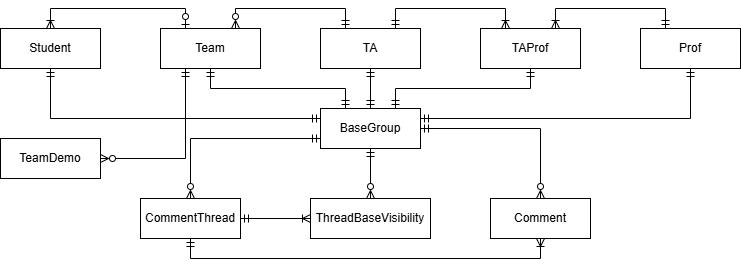
Earlier version of the draw.io export media/ERMin.png (vsjain2004/vsjain2004.github.io). Source tidied: cells renumbered, new cells last; positions are measured from the earlier drawing's top-left corner, leaving out a move shared by most shapes. The source it was exported from:
```xml
<mxGraphModel>
  <root>
    <mxCell id="0" />
    <mxCell id="1" parent="0" />
    <mxCell id="2" style="edgeStyle=orthogonalEdgeStyle;rounded=0;jettySize=auto;html=1;exitX=0.5;exitY=0;exitDx=0;exitDy=0;entryX=0.25;entryY=0;entryDx=0;entryDy=0;startArrow=ERoneToMany;startFill=0;endArrow=ERzeroToOne;endFill=0;" parent="1" edge="1" source="4" target="7">
      <mxGeometry relative="1" as="geometry" />
    </mxCell>
    <mxCell id="3" style="edgeStyle=orthogonalEdgeStyle;rounded=0;jettySize=auto;html=1;exitX=0.5;exitY=1;exitDx=0;exitDy=0;entryX=0;entryY=0.25;entryDx=0;entryDy=0;endArrow=ERmandOne;endFill=0;startArrow=ERmandOne;startFill=0;" parent="1" edge="1" source="4" target="16">
      <mxGeometry relative="1" as="geometry">
        <Array as="points">
          <mxPoint x="50" y="90" />
        </Array>
      </mxGeometry>
    </mxCell>
    <mxCell id="4" value="Student" style="whiteSpace=wrap;html=1;align=center;" parent="1" vertex="1">
      <mxGeometry width="100" height="40" as="geometry" />
    </mxCell>
    <mxCell id="5" style="edgeStyle=orthogonalEdgeStyle;rounded=0;jettySize=auto;html=1;exitX=0.75;exitY=0;exitDx=0;exitDy=0;entryX=0.25;entryY=0;entryDx=0;entryDy=0;startArrow=ERzeroToMany;startFill=0;endArrow=ERmandOne;endFill=0;" parent="1" edge="1" source="7" target="10">
      <mxGeometry relative="1" as="geometry" />
    </mxCell>
    <mxCell id="6" style="edgeStyle=orthogonalEdgeStyle;rounded=0;jettySize=auto;html=1;exitX=0.5;exitY=1;exitDx=0;exitDy=0;entryX=0.25;entryY=0;entryDx=0;entryDy=0;startArrow=ERmandOne;startFill=0;endArrow=ERmandOne;endFill=0;" parent="1" edge="1" source="7" target="16">
      <mxGeometry relative="1" as="geometry">
        <Array as="points">
          <mxPoint x="210" y="60" />
          <mxPoint x="345" y="60" />
        </Array>
      </mxGeometry>
    </mxCell>
    <mxCell id="7" value="Team" style="whiteSpace=wrap;html=1;align=center;" parent="1" vertex="1">
      <mxGeometry x="160" width="100" height="40" as="geometry" />
    </mxCell>
    <mxCell id="8" style="edgeStyle=orthogonalEdgeStyle;rounded=0;jettySize=auto;html=1;exitX=0.75;exitY=0;exitDx=0;exitDy=0;entryX=0.25;entryY=0;entryDx=0;entryDy=0;endArrow=ERoneToMany;endFill=0;startArrow=ERmandOne;startFill=0;" parent="1" edge="1" source="10" target="13">
      <mxGeometry relative="1" as="geometry" />
    </mxCell>
    <mxCell id="9" style="edgeStyle=orthogonalEdgeStyle;rounded=0;jettySize=auto;html=1;exitX=0.5;exitY=1;exitDx=0;exitDy=0;entryX=0.5;entryY=0;entryDx=0;entryDy=0;endArrow=ERmandOne;endFill=0;startArrow=ERmandOne;startFill=0;" parent="1" edge="1" source="10" target="16">
      <mxGeometry relative="1" as="geometry" />
    </mxCell>
    <mxCell id="10" value="TA" style="whiteSpace=wrap;html=1;align=center;" parent="1" vertex="1">
      <mxGeometry x="320" width="100" height="40" as="geometry" />
    </mxCell>
    <mxCell id="11" style="edgeStyle=orthogonalEdgeStyle;rounded=0;jettySize=auto;html=1;exitX=0.75;exitY=0;exitDx=0;exitDy=0;entryX=0.25;entryY=0;entryDx=0;entryDy=0;startArrow=ERoneToMany;startFill=0;endArrow=ERmandOne;endFill=0;" parent="1" edge="1" source="13" target="15">
      <mxGeometry relative="1" as="geometry" />
    </mxCell>
    <mxCell id="12" style="edgeStyle=orthogonalEdgeStyle;rounded=0;jettySize=auto;html=1;exitX=0.5;exitY=1;exitDx=0;exitDy=0;entryX=0.75;entryY=0;entryDx=0;entryDy=0;endArrow=ERmandOne;endFill=0;startArrow=ERmandOne;startFill=0;" parent="1" edge="1" source="13" target="16">
      <mxGeometry relative="1" as="geometry" />
    </mxCell>
    <mxCell id="13" value="TAProf" style="whiteSpace=wrap;html=1;align=center;" parent="1" vertex="1">
      <mxGeometry x="480" width="100" height="40" as="geometry" />
    </mxCell>
    <mxCell id="14" style="edgeStyle=orthogonalEdgeStyle;rounded=0;jettySize=auto;html=1;exitX=0.5;exitY=1;exitDx=0;exitDy=0;entryX=1;entryY=0.25;entryDx=0;entryDy=0;startArrow=ERmandOne;startFill=0;endArrow=ERmandOne;endFill=0;" parent="1" edge="1" source="15" target="16">
      <mxGeometry relative="1" as="geometry">
        <Array as="points">
          <mxPoint x="690" y="90" />
        </Array>
      </mxGeometry>
    </mxCell>
    <mxCell id="15" value="Prof" style="whiteSpace=wrap;html=1;align=center;" parent="1" vertex="1">
      <mxGeometry x="640" width="100" height="40" as="geometry" />
    </mxCell>
    <mxCell id="16" value="BaseGroup" style="whiteSpace=wrap;html=1;align=center;" parent="1" vertex="1">
      <mxGeometry x="320" y="80" width="100" height="40" as="geometry" />
    </mxCell>
    <mxCell id="17" style="edgeStyle=orthogonalEdgeStyle;rounded=0;jettySize=auto;html=1;exitX=1;exitY=0.5;exitDx=0;exitDy=0;entryX=0.25;entryY=1;entryDx=0;entryDy=0;startArrow=ERzeroToMany;startFill=0;endArrow=ERmandOne;endFill=0;" parent="1" edge="1" source="18" target="7">
      <mxGeometry relative="1" as="geometry" />
    </mxCell>
    <mxCell id="18" value="TeamDemo" style="whiteSpace=wrap;html=1;align=center;" parent="1" vertex="1">
      <mxGeometry y="110" width="100" height="40" as="geometry" />
    </mxCell>
    <mxCell id="19" style="edgeStyle=orthogonalEdgeStyle;rounded=0;jettySize=auto;html=1;exitX=0.5;exitY=0;exitDx=0;exitDy=0;entryX=0;entryY=0.75;entryDx=0;entryDy=0;startArrow=ERzeroToMany;startFill=0;endArrow=ERmandOne;endFill=0;" parent="1" edge="1" source="21" target="16">
      <mxGeometry relative="1" as="geometry" />
    </mxCell>
    <mxCell id="20" style="edgeStyle=orthogonalEdgeStyle;rounded=0;jettySize=auto;html=1;exitX=1;exitY=0.5;exitDx=0;exitDy=0;entryX=0;entryY=0.5;entryDx=0;entryDy=0;startArrow=ERmandOne;startFill=0;endArrow=ERoneToMany;endFill=0;" parent="1" edge="1" source="21" target="23">
      <mxGeometry relative="1" as="geometry" />
    </mxCell>
    <mxCell id="21" value="CommentThread" style="whiteSpace=wrap;html=1;align=center;" parent="1" vertex="1">
      <mxGeometry x="140" y="170" width="100" height="40" as="geometry" />
    </mxCell>
    <mxCell id="22" style="edgeStyle=orthogonalEdgeStyle;rounded=0;jettySize=auto;html=1;exitX=0.5;exitY=0;exitDx=0;exitDy=0;entryX=0.5;entryY=1;entryDx=0;entryDy=0;startArrow=ERzeroToMany;startFill=0;endArrow=ERmandOne;endFill=0;" parent="1" edge="1" source="23" target="16">
      <mxGeometry relative="1" as="geometry" />
    </mxCell>
    <mxCell id="23" value="ThreadBaseVisibility" style="whiteSpace=wrap;html=1;align=center;" parent="1" vertex="1">
      <mxGeometry x="310" y="170" width="120" height="40" as="geometry" />
    </mxCell>
    <mxCell id="24" style="edgeStyle=orthogonalEdgeStyle;rounded=0;jettySize=auto;html=1;exitX=0.5;exitY=0;exitDx=0;exitDy=0;entryX=1;entryY=0.5;entryDx=0;entryDy=0;endArrow=ERmandOne;endFill=0;startArrow=ERzeroToMany;startFill=0;" parent="1" edge="1" source="26" target="16">
      <mxGeometry relative="1" as="geometry" />
    </mxCell>
    <mxCell id="25" style="edgeStyle=orthogonalEdgeStyle;rounded=0;jettySize=auto;html=1;exitX=0.5;exitY=1;exitDx=0;exitDy=0;entryX=0.5;entryY=1;entryDx=0;entryDy=0;endArrow=ERmandOne;endFill=0;startArrow=ERoneToMany;startFill=0;" parent="1" edge="1" source="26" target="21">
      <mxGeometry relative="1" as="geometry" />
    </mxCell>
    <mxCell id="26" value="Comment" style="whiteSpace=wrap;html=1;align=center;" parent="1" vertex="1">
      <mxGeometry x="490" y="170" width="100" height="40" as="geometry" />
    </mxCell>
  </root>
</mxGraphModel>
```
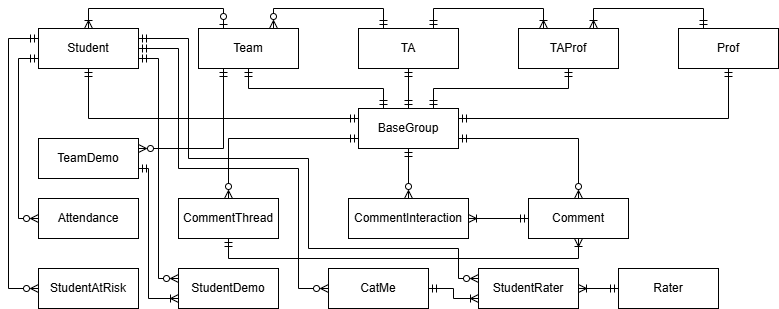
The same diagram one commit later.

The edit, as a diff of the source:
```diff
@@ -12,6 +12,31 @@
         </Array>
       </mxGeometry>
     </mxCell>
+    <mxCell id="27" style="edgeStyle=orthogonalEdgeStyle;rounded=0;jettySize=auto;html=1;exitX=1;exitY=0.75;exitDx=0;exitDy=0;entryX=0;entryY=0.25;entryDx=0;entryDy=0;endArrow=ERzeroToMany;endFill=0;startArrow=ERmandOne;startFill=0;" parent="1" edge="1" source="4" target="36">
+      <mxGeometry relative="1" as="geometry" />
+    </mxCell>
+    <mxCell id="28" style="edgeStyle=orthogonalEdgeStyle;rounded=0;jettySize=auto;html=1;exitX=1;exitY=0.5;exitDx=0;exitDy=0;elbow=vertical;entryX=0;entryY=0.5;entryDx=0;entryDy=0;startArrow=ERmandOne;startFill=0;endArrow=ERzeroToMany;endFill=0;" parent="1" edge="1" source="4" target="38">
+      <mxGeometry relative="1" as="geometry">
+        <Array as="points">
+          <mxPoint x="140" y="20" />
+          <mxPoint x="140" y="140" />
+          <mxPoint x="260" y="140" />
+          <mxPoint x="260" y="260" />
+        </Array>
+      </mxGeometry>
+    </mxCell>
+    <mxCell id="29" style="edgeStyle=orthogonalEdgeStyle;rounded=0;jettySize=auto;html=1;exitX=1;exitY=0.25;exitDx=0;exitDy=0;entryX=0;entryY=0.25;entryDx=0;entryDy=0;startArrow=ERmandOne;startFill=0;endArrow=ERzeroToMany;endFill=0;" parent="1" edge="1" source="4" target="39">
+      <mxGeometry relative="1" as="geometry">
+        <Array as="points">
+          <mxPoint x="150" y="10" />
+          <mxPoint x="150" y="130" />
+          <mxPoint x="270" y="130" />
+          <mxPoint x="270" y="220" />
+          <mxPoint x="420" y="220" />
+          <mxPoint x="420" y="250" />
+        </Array>
+      </mxGeometry>
+    </mxCell>
     <mxCell id="4" value="Student" style="whiteSpace=wrap;html=1;align=center;" parent="1" vertex="1">
       <mxGeometry width="100" height="40" as="geometry" />
     </mxCell>
@@ -60,28 +85,36 @@
     <mxCell id="16" value="BaseGroup" style="whiteSpace=wrap;html=1;align=center;" parent="1" vertex="1">
       <mxGeometry x="320" y="80" width="100" height="40" as="geometry" />
     </mxCell>
-    <mxCell id="17" style="edgeStyle=orthogonalEdgeStyle;rounded=0;jettySize=auto;html=1;exitX=1;exitY=0.5;exitDx=0;exitDy=0;entryX=0.25;entryY=1;entryDx=0;entryDy=0;startArrow=ERzeroToMany;startFill=0;endArrow=ERmandOne;endFill=0;" parent="1" edge="1" source="18" target="7">
+    <mxCell id="17" style="edgeStyle=orthogonalEdgeStyle;rounded=0;jettySize=auto;html=1;exitX=1;exitY=0.25;exitDx=0;exitDy=0;entryX=0.25;entryY=1;entryDx=0;entryDy=0;startArrow=ERzeroToMany;startFill=0;endArrow=ERmandOne;endFill=0;" parent="1" edge="1" source="18" target="7">
       <mxGeometry relative="1" as="geometry" />
     </mxCell>
+    <mxCell id="30" style="edgeStyle=orthogonalEdgeStyle;rounded=0;jettySize=auto;html=1;exitX=1;exitY=0.75;exitDx=0;exitDy=0;entryX=0;entryY=0.75;entryDx=0;entryDy=0;startArrow=ERmandOne;startFill=0;endArrow=ERoneToMany;endFill=0;" parent="1" edge="1" source="18" target="36">
+      <mxGeometry relative="1" as="geometry">
+        <Array as="points">
+          <mxPoint x="110" y="140" />
+          <mxPoint x="110" y="270" />
+        </Array>
+      </mxGeometry>
+    </mxCell>
     <mxCell id="18" value="TeamDemo" style="whiteSpace=wrap;html=1;align=center;" parent="1" vertex="1">
       <mxGeometry y="110" width="100" height="40" as="geometry" />
     </mxCell>
     <mxCell id="19" style="edgeStyle=orthogonalEdgeStyle;rounded=0;jettySize=auto;html=1;exitX=0.5;exitY=0;exitDx=0;exitDy=0;entryX=0;entryY=0.75;entryDx=0;entryDy=0;startArrow=ERzeroToMany;startFill=0;endArrow=ERmandOne;endFill=0;" parent="1" edge="1" source="21" target="16">
       <mxGeometry relative="1" as="geometry" />
     </mxCell>
-    <mxCell id="20" style="edgeStyle=orthogonalEdgeStyle;rounded=0;jettySize=auto;html=1;exitX=1;exitY=0.5;exitDx=0;exitDy=0;entryX=0;entryY=0.5;entryDx=0;entryDy=0;startArrow=ERmandOne;startFill=0;endArrow=ERoneToMany;endFill=0;" parent="1" edge="1" source="21" target="23">
-      <mxGeometry relative="1" as="geometry" />
-    </mxCell>
     <mxCell id="21" value="CommentThread" style="whiteSpace=wrap;html=1;align=center;" parent="1" vertex="1">
       <mxGeometry x="140" y="170" width="100" height="40" as="geometry" />
     </mxCell>
     <mxCell id="22" style="edgeStyle=orthogonalEdgeStyle;rounded=0;jettySize=auto;html=1;exitX=0.5;exitY=0;exitDx=0;exitDy=0;entryX=0.5;entryY=1;entryDx=0;entryDy=0;startArrow=ERzeroToMany;startFill=0;endArrow=ERmandOne;endFill=0;" parent="1" edge="1" source="23" target="16">
       <mxGeometry relative="1" as="geometry" />
     </mxCell>
+    <mxCell id="31" style="edgeStyle=orthogonalEdgeStyle;rounded=0;jettySize=auto;html=1;exitX=1;exitY=0.5;exitDx=0;exitDy=0;entryX=0;entryY=0.5;entryDx=0;entryDy=0;startArrow=ERoneToMany;startFill=0;endArrow=ERmandOne;endFill=0;" parent="1" edge="1" source="23" target="26">
+      <mxGeometry relative="1" as="geometry" />
+    </mxCell>
-    <mxCell id="23" value="ThreadBaseVisibility" style="whiteSpace=wrap;html=1;align=center;" parent="1" vertex="1">
+    <mxCell id="23" value="CommentInteraction" style="whiteSpace=wrap;html=1;align=center;" parent="1" vertex="1">
       <mxGeometry x="310" y="170" width="120" height="40" as="geometry" />
     </mxCell>
-    <mxCell id="24" style="edgeStyle=orthogonalEdgeStyle;rounded=0;jettySize=auto;html=1;exitX=0.5;exitY=0;exitDx=0;exitDy=0;entryX=1;entryY=0.5;entryDx=0;entryDy=0;endArrow=ERmandOne;endFill=0;startArrow=ERzeroToMany;startFill=0;" parent="1" edge="1" source="26" target="16">
+    <mxCell id="24" style="edgeStyle=orthogonalEdgeStyle;rounded=0;jettySize=auto;html=1;exitX=0.5;exitY=0;exitDx=0;exitDy=0;entryX=1;entryY=0.75;entryDx=0;entryDy=0;endArrow=ERmandOne;endFill=0;startArrow=ERzeroToMany;startFill=0;" parent="1" edge="1" source="26" target="16">
       <mxGeometry relative="1" as="geometry" />
     </mxCell>
     <mxCell id="25" style="edgeStyle=orthogonalEdgeStyle;rounded=0;jettySize=auto;html=1;exitX=0.5;exitY=1;exitDx=0;exitDy=0;entryX=0.5;entryY=1;entryDx=0;entryDy=0;endArrow=ERmandOne;endFill=0;startArrow=ERoneToMany;startFill=0;" parent="1" edge="1" source="26" target="21">
@@ -90,5 +123,42 @@
     <mxCell id="26" value="Comment" style="whiteSpace=wrap;html=1;align=center;" parent="1" vertex="1">
       <mxGeometry x="490" y="170" width="100" height="40" as="geometry" />
     </mxCell>
+    <mxCell id="32" style="edgeStyle=orthogonalEdgeStyle;rounded=0;jettySize=auto;html=1;exitX=0;exitY=0.5;exitDx=0;exitDy=0;entryX=0;entryY=0.75;entryDx=0;entryDy=0;startArrow=ERzeroToMany;startFill=0;endArrow=ERmandOne;endFill=0;" parent="1" edge="1" source="33" target="4">
+      <mxGeometry relative="1" as="geometry" />
+    </mxCell>
+    <mxCell id="33" value="Attendance" style="whiteSpace=wrap;html=1;align=center;" parent="1" vertex="1">
+      <mxGeometry y="170" width="100" height="40" as="geometry" />
+    </mxCell>
+    <mxCell id="34" value="StudentAtRisk" style="whiteSpace=wrap;html=1;align=center;" parent="1" vertex="1">
+      <mxGeometry y="240" width="100" height="40" as="geometry" />
+    </mxCell>
+    <mxCell id="35" style="edgeStyle=orthogonalEdgeStyle;rounded=0;jettySize=auto;html=1;exitX=0;exitY=0.5;exitDx=0;exitDy=0;startArrow=ERzeroToMany;startFill=0;endArrow=ERmandOne;endFill=0;" parent="1" edge="1" source="34">
+      <mxGeometry relative="1" as="geometry">
+        <mxPoint y="10" as="targetPoint" />
+        <Array as="points">
+          <mxPoint x="-30" y="260" />
+          <mxPoint x="-30" y="10" />
+          <mxPoint y="10" />
+        </Array>
+      </mxGeometry>
+    </mxCell>
+    <mxCell id="36" value="StudentDemo" style="whiteSpace=wrap;html=1;align=center;" parent="1" vertex="1">
+      <mxGeometry x="140" y="240" width="100" height="40" as="geometry" />
+    </mxCell>
+    <mxCell id="37" style="edgeStyle=orthogonalEdgeStyle;rounded=0;jettySize=auto;html=1;exitX=1;exitY=0.5;exitDx=0;exitDy=0;entryX=0;entryY=0.75;entryDx=0;entryDy=0;startArrow=ERmandOne;startFill=0;endArrow=ERoneToMany;endFill=0;" parent="1" edge="1" source="38" target="39">
+      <mxGeometry relative="1" as="geometry" />
+    </mxCell>
+    <mxCell id="38" value="CatMe" style="whiteSpace=wrap;html=1;align=center;" parent="1" vertex="1">
+      <mxGeometry x="290" y="240" width="100" height="40" as="geometry" />
+    </mxCell>
+    <mxCell id="39" value="StudentRater" style="whiteSpace=wrap;html=1;align=center;" parent="1" vertex="1">
+      <mxGeometry x="440" y="240" width="100" height="40" as="geometry" />
+    </mxCell>
+    <mxCell id="40" style="edgeStyle=orthogonalEdgeStyle;rounded=0;jettySize=auto;html=1;exitX=0;exitY=0.5;exitDx=0;exitDy=0;entryX=1;entryY=0.5;entryDx=0;entryDy=0;startArrow=ERmandOne;startFill=0;endArrow=ERoneToMany;endFill=0;" parent="1" edge="1" source="41" target="39">
+      <mxGeometry relative="1" as="geometry" />
+    </mxCell>
+    <mxCell id="41" value="Rater" style="whiteSpace=wrap;html=1;align=center;" parent="1" vertex="1">
+      <mxGeometry x="580" y="240" width="100" height="40" as="geometry" />
+    </mxCell>
   </root>
 </mxGraphModel>
```
